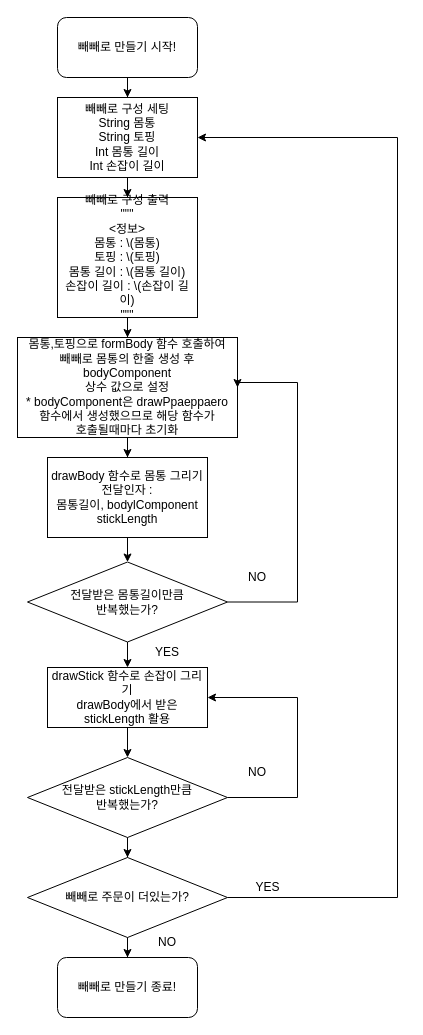
Before: CodeStarterCamp_Week1/ppaeppaero.drawio in yagom-academy/swift-starter-Round1, a draw.io diagram. Source tidied: cells renumbered, new cells numbered last; positions are measured from the earlier drawing's top-left corner, leaving out a move shared by most shapes. Both pictures are drawn from the tidied source at 100%, with x=0, y=0 at pixel (17, 17).
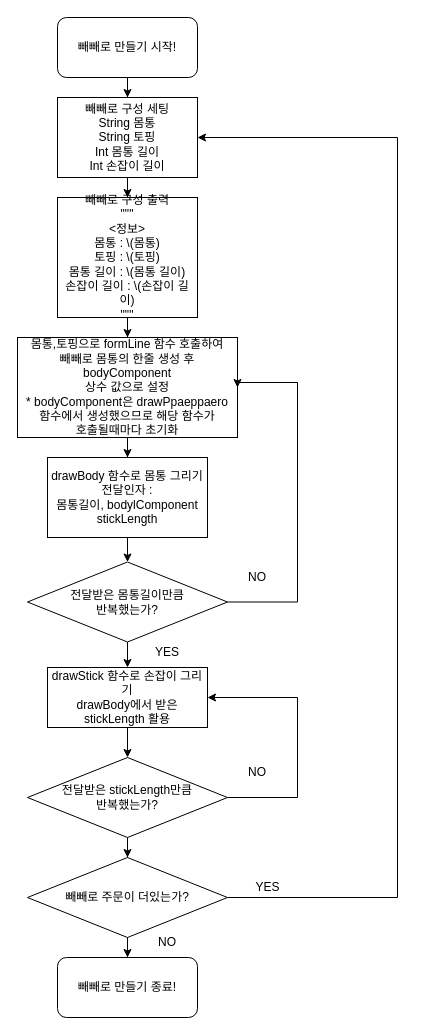
Above is the later version.

What changed in the source:
```diff
@@
-    <mxCell id="9" value="몸통,토핑으로 formBody 함수 호출하여&lt;br&gt;빼빼로 몸통의 한줄 생성 후&lt;br&gt;bodyComponent&lt;br&gt;상수 값으로 설정&lt;br&gt;* bodyComponent은 drawPpaeppaero&lt;br&gt;함수에서 생성했으므로 해당 함수가&lt;br&gt;호출될때마다 초기화" style="rounded=0;whiteSpace=wrap;html=1;" parent="1" vertex="1">
+    <mxCell id="9" value="몸통,토핑으로 formLine 함수 호출하여&lt;br&gt;빼빼로 몸통의 한줄 생성 후&lt;br&gt;bodyComponent&lt;br&gt;상수 값으로 설정&lt;br&gt;* bodyComponent은 drawPpaeppaero&lt;br&gt;함수에서 생성했으므로 해당 함수가&lt;br&gt;호출될때마다 초기화" style="rounded=0;whiteSpace=wrap;html=1;" parent="1" vertex="1">
       <mxGeometry y="320" width="220" height="100" as="geometry" />
     </mxCell>
```
